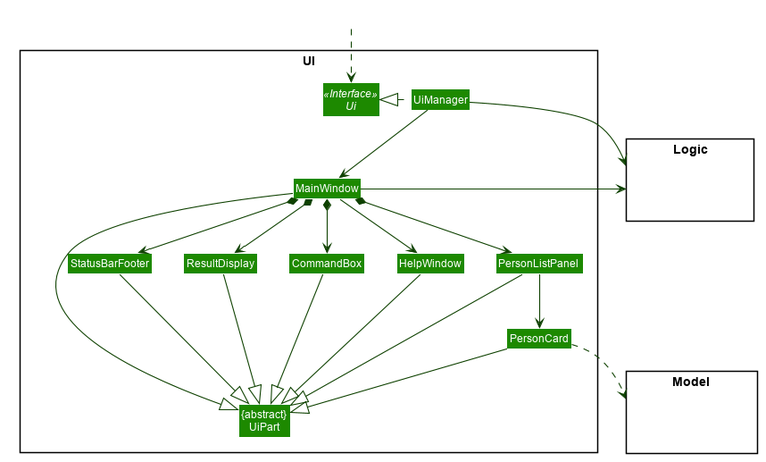
The PlantUML diagram docs/images/UiClassDiagram.png in nus-cs2103-AY1920S2/addressbook-level3, before a commit.
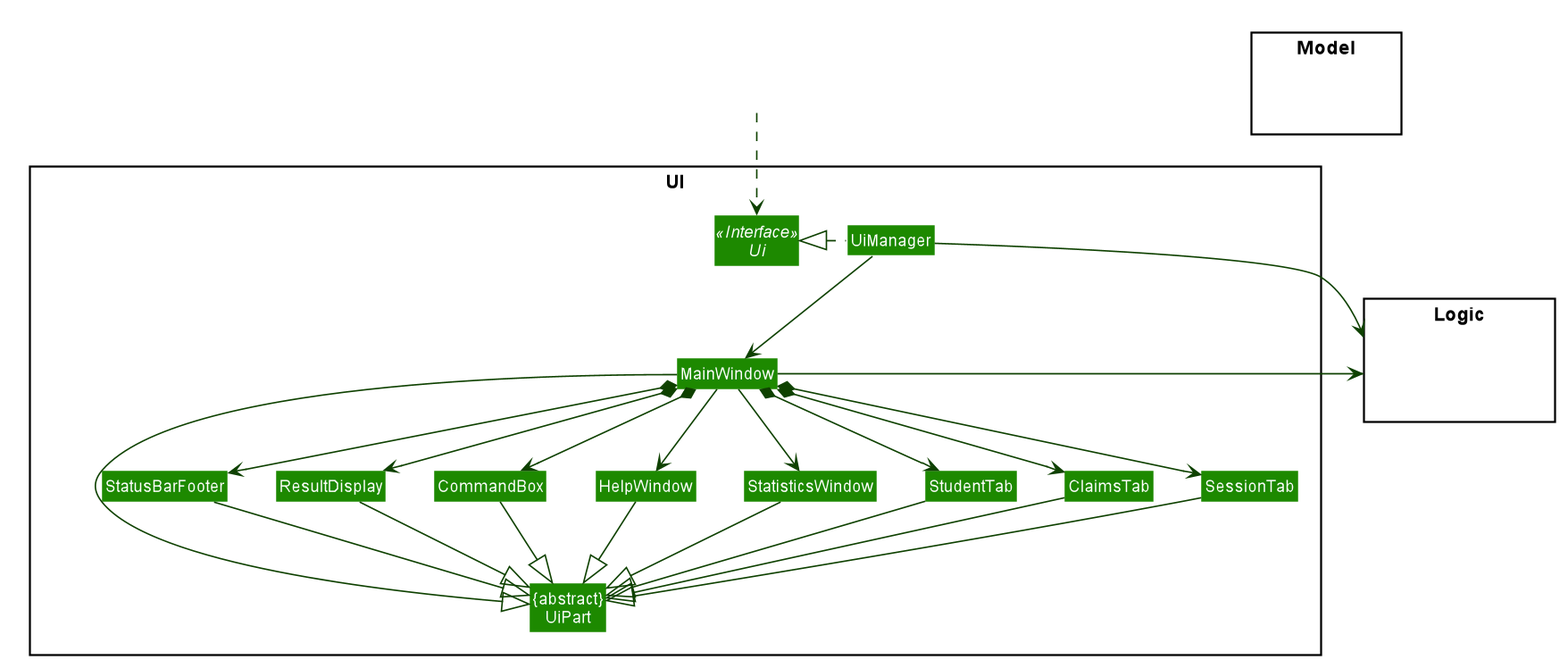
Above is the later version.

Commit message:
Generat diagram images

What changed in the source:
```diff
@@ -57,9 +57,11 @@
 Class UiManager
 Class MainWindow
 Class HelpWindow
+Class StatisticsWindow
 Class ResultDisplay
-Class PersonListPanel
-Class PersonCard
+Class StudentTab
+Class ClaimsTab
+Class SessionTab
 Class StatusBarFooter
 Class CommandBox
 }
@@ -78,27 +80,28 @@
 UiManager .left.|> Ui
 UiManager -down-> MainWindow
 MainWindow --> HelpWindow
+MainWindow --> StatisticsWindow
 MainWindow *-down-> CommandBox
 MainWindow *-down-> ResultDisplay
-MainWindow *-down-> PersonListPanel
+MainWindow *-down-> StudentTab
+MainWindow *-down-> SessionTab
+MainWindow *-down-> ClaimsTab
 MainWindow *-down-> StatusBarFooter
-
-PersonListPanel -down-> PersonCard
 
 MainWindow -left-|> UiPart
 
 ResultDisplay --|> UiPart
 CommandBox --|> UiPart
-PersonListPanel --|> UiPart
-PersonCard --|> UiPart
+StudentTab --|> UiPart
+SessionTab --|> UiPart
+ClaimsTab --|> UiPart
 StatusBarFooter --|> UiPart
 HelpWindow -down-|> UiPart
+StatisticsWindow -down-|> UiPart
 
-PersonCard ..> Model
 UiManager -right-> Logic
 MainWindow -left-> Logic
 
-PersonListPanel -[hidden]left- HelpWindow
 HelpWindow -[hidden]left- CommandBox
 CommandBox -[hidden]left- ResultDisplay
 ResultDisplay -[hidden]left- StatusBarFooter
```
